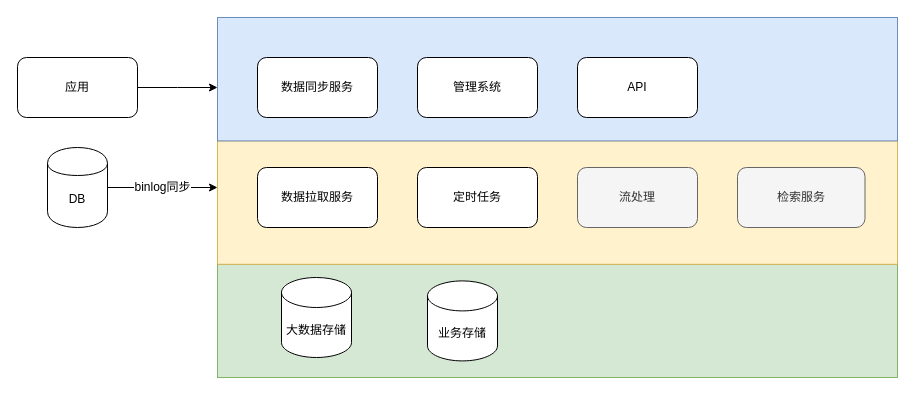
The draw.io diagram tungee/Data Middle Platform/数据中台基础架构.drawio in zhuzz0129/drawio, before the edit. Source tidied: cells renumbered, new cells numbered last; positions are measured from the earlier drawing's top-left corner, leaving out a move shared by most shapes. Both pictures are drawn from the tidied source at 100%, with x=0, y=0 at pixel (17, 17).
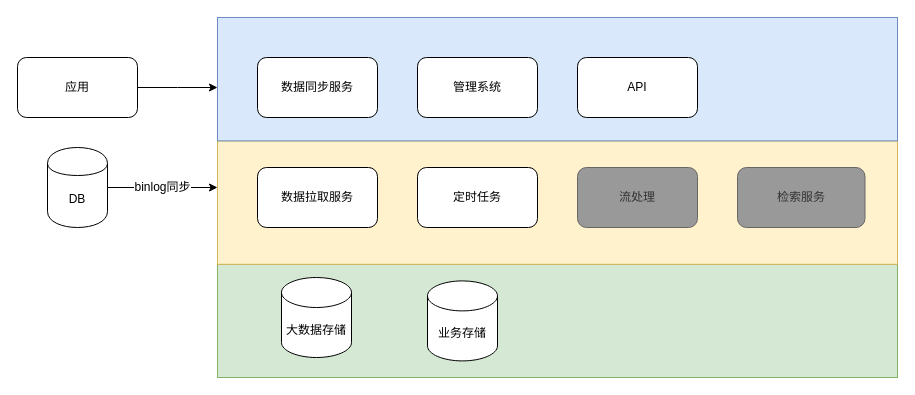
Above is the later version.

Commit message:
更新数据中台基础架构.drawio

Diff of the diagram source:
```diff
@@
-    <mxCell id="2" style="group;shadow=0;fillColor=#f5f5f5;strokeColor=#666666;fontColor=#333333;" parent="1" vertex="1">
+    <mxCell id="2" style="group;shadow=0;strokeColor=#666666;fontColor=#333333;fillColor=#999999;" parent="1" vertex="1">
       <mxGeometry x="200" width="680" height="360" as="geometry" />
     </mxCell>
@@
-    <mxCell id="6" value="检索服务" style="rounded=1;whiteSpace=wrap;html=1;fontSize=12;fillColor=#f5f5f5;strokeColor=#666666;fontColor=#333333;" parent="2" vertex="1">
+    <mxCell id="6" value="检索服务" style="rounded=1;whiteSpace=wrap;html=1;fontSize=12;strokeColor=#666666;fontColor=#333333;fillColor=#999999;" parent="2" vertex="1">
       <mxGeometry x="520" y="150" width="127.5" height="60" as="geometry" />
     </mxCell>
@@
-    <mxCell id="18" value="流处理" style="rounded=1;whiteSpace=wrap;html=1;fontSize=12;fillColor=#f5f5f5;strokeColor=#666666;fontColor=#333333;" parent="1" vertex="1">
+    <mxCell id="18" value="流处理" style="rounded=1;whiteSpace=wrap;html=1;fontSize=12;strokeColor=#666666;fontColor=#333333;fillColor=#999999;" parent="1" vertex="1">
       <mxGeometry x="560" y="150" width="120" height="60" as="geometry" />
     </mxCell>
```
